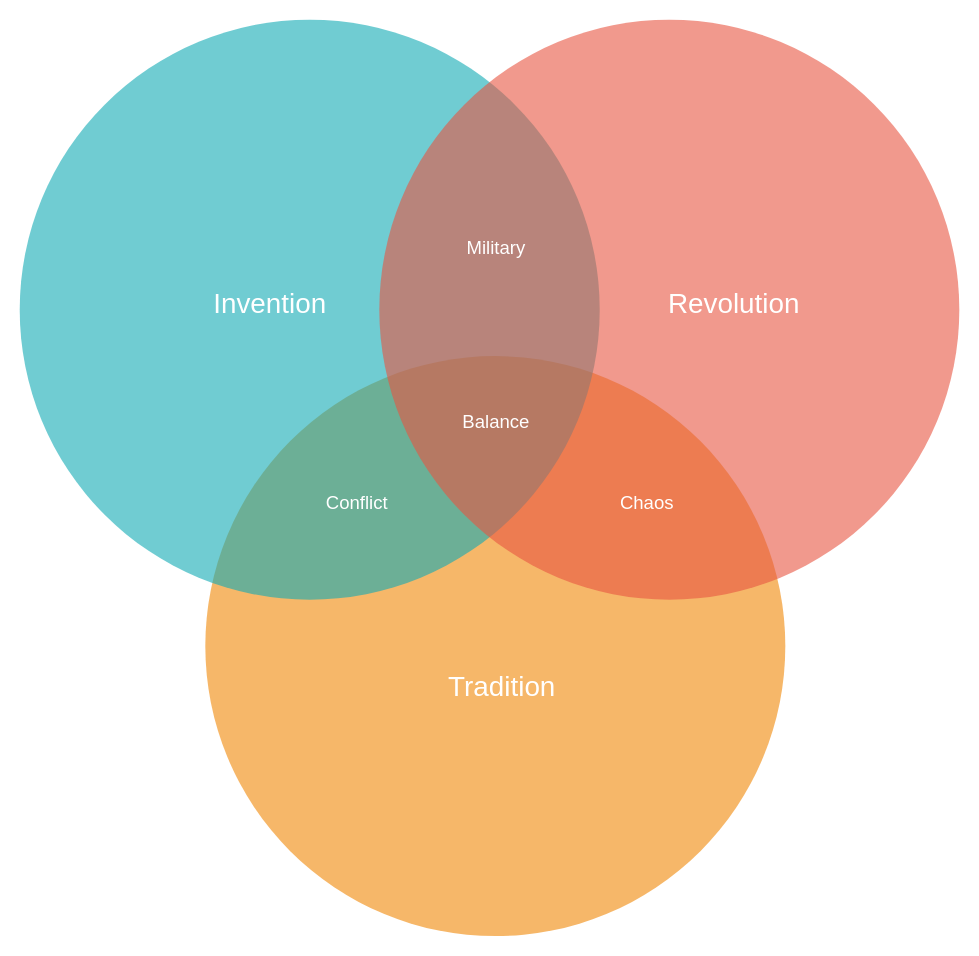
This is 2024H1组织架构.drawio from zyukyunman/interview, a draw.io file, before an edit. Source tidied: cells renumbered, new cells numbered last; positions are measured from the earlier drawing's top-left corner, leaving out a move shared by most shapes. Both pictures are drawn from the tidied source at 116%, with x=0, y=0 at pixel (20, 19).
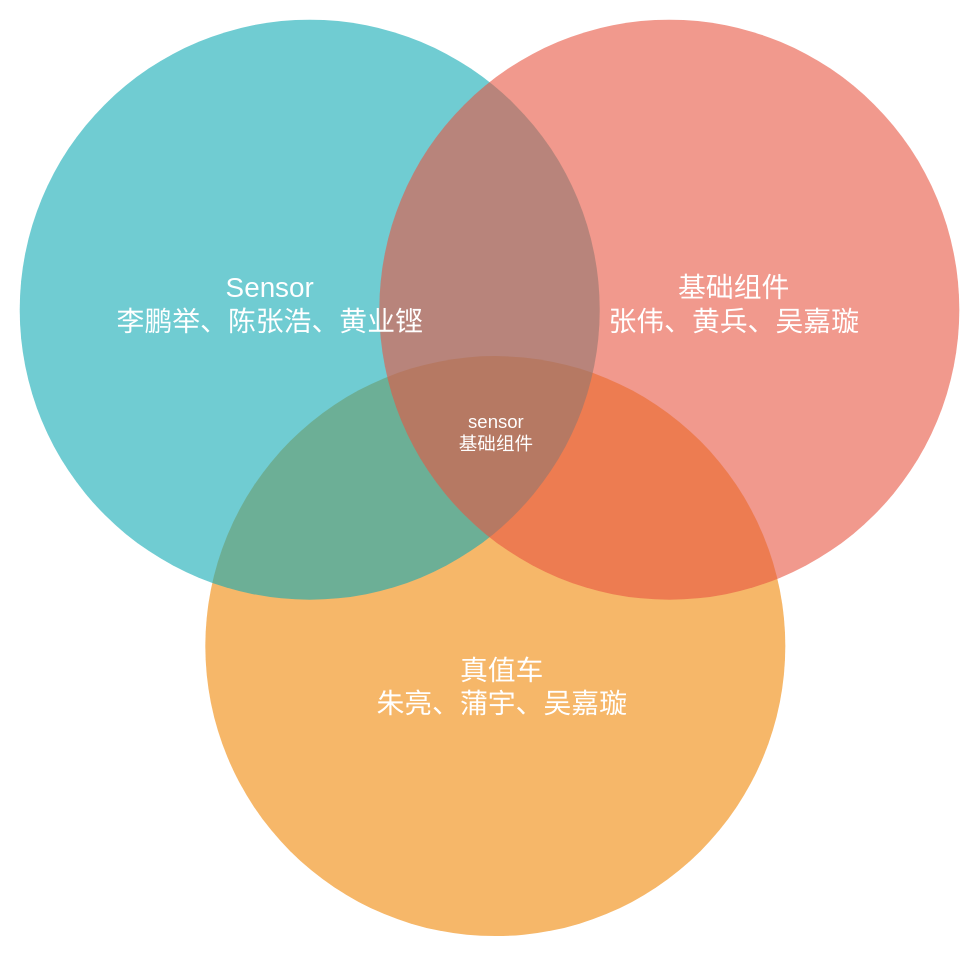
The same page after the edit.

What changed in the source:
```diff
@@
 <mxGraphModel>
   <root>
     <mxCell id="0" />
     <mxCell id="1" parent="0" />
     <mxCell id="2" style="ellipse;fillColor=#F08705;opacity=60;strokeColor=none;html=1;fontColor=#FFFFFF;" parent="1" vertex="1">
       <mxGeometry x="159.5" y="290.5" width="500" height="500" as="geometry" />
     </mxCell>
     <mxCell id="3" style="ellipse;fillColor=#12AAB5;opacity=60;strokeColor=none;html=1;fontColor=#FFFFFF;" parent="1" vertex="1">
       <mxGeometry x="-0.5" y="0.5" width="500" height="500" as="geometry" />
     </mxCell>
     <mxCell id="4" style="ellipse;fillColor=#e85642;opacity=60;strokeColor=none;html=1;fontColor=#FFFFFF;" parent="1" vertex="1">
       <mxGeometry x="309.5" y="0.5" width="500" height="500" as="geometry" />
     </mxCell>
-    <mxCell id="5" value="Invention" style="text;fontSize=24;align=center;verticalAlign=middle;html=1;fontColor=#FFFFFF;" parent="1" vertex="1">
+    <mxCell id="5" value="Sensor&lt;div&gt;李鹏举、陈张浩、黄业铿&lt;/div&gt;" style="text;fontSize=24;align=center;verticalAlign=middle;html=1;fontColor=#FFFFFF;" parent="1" vertex="1">
       <mxGeometry x="119.5" y="210.5" width="190" height="70" as="geometry" />
     </mxCell>
-    <mxCell id="6" value="Revolution" style="text;fontSize=24;align=center;verticalAlign=middle;html=1;fontColor=#FFFFFF;" parent="1" vertex="1">
+    <mxCell id="6" value="基础组件&lt;div&gt;张伟、黄兵、吴嘉璇&lt;/div&gt;" style="text;fontSize=24;align=center;verticalAlign=middle;html=1;fontColor=#FFFFFF;" parent="1" vertex="1">
       <mxGeometry x="519.5" y="210.5" width="190" height="70" as="geometry" />
     </mxCell>
-    <mxCell id="7" value="Tradition" style="text;fontSize=24;align=center;verticalAlign=middle;html=1;fontColor=#FFFFFF;" parent="1" vertex="1">
+    <mxCell id="7" value="真值车&lt;div&gt;朱亮、蒲宇、吴嘉璇&lt;/div&gt;" style="text;fontSize=24;align=center;verticalAlign=middle;html=1;fontColor=#FFFFFF;" parent="1" vertex="1">
       <mxGeometry x="319.5" y="540.5" width="190" height="70" as="geometry" />
     </mxCell>
-    <mxCell id="8" value="Military" style="text;align=center;html=1;fontColor=#FFFFFF;fontSize=16;" parent="1" vertex="1">
-      <mxGeometry x="389.5" y="180.5" width="40" height="40" as="geometry" />
-    </mxCell>
-    <mxCell id="9" value="Conflict" style="text;align=center;html=1;fontColor=#FFFFFF;fontSize=16;" parent="1" vertex="1">
-      <mxGeometry x="269.5" y="400.5" width="40" height="40" as="geometry" />
-    </mxCell>
-    <mxCell id="10" value="Chaos" style="text;align=center;html=1;fontColor=#FFFFFF;fontSize=16;" parent="1" vertex="1">
-      <mxGeometry x="519.5" y="400.5" width="40" height="40" as="geometry" />
-    </mxCell>
-    <mxCell id="11" value="Balance" style="text;align=center;html=1;fontColor=#FFFFFF;fontSize=16;" parent="1" vertex="1">
-      <mxGeometry x="389.5" y="330.5" width="40" height="40" as="geometry" />
+    <mxCell id="11" value="sensor&lt;div&gt;基础组件&lt;/div&gt;" style="text;align=center;html=1;fontColor=#FFFFFF;fontSize=16;" parent="1" vertex="1">
+      <mxGeometry x="389.5" y="330.5" width="40.5" height="40" as="geometry" />
     </mxCell>
   </root>
 </mxGraphModel>
```
